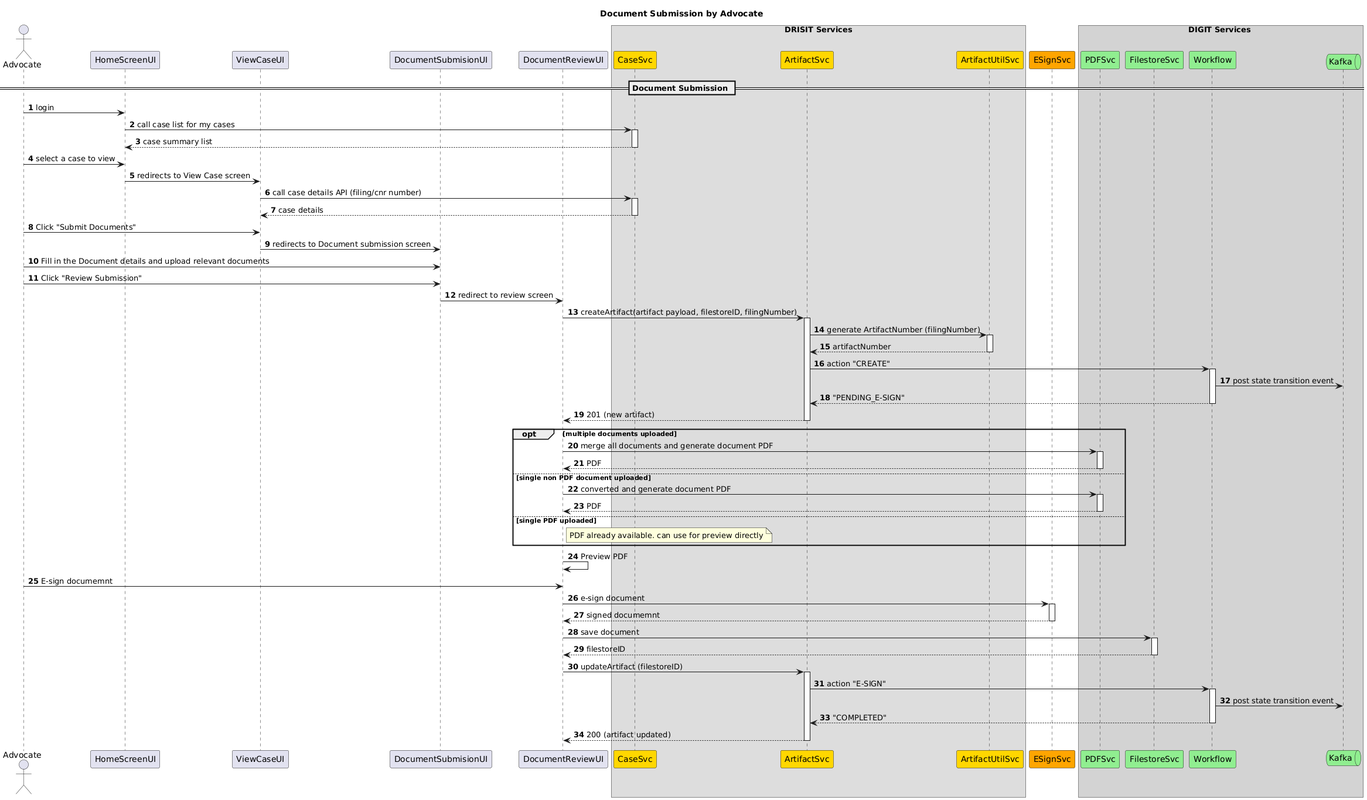
The PlantUML diagram docs/UI_Sequence_Diagrams/DocumentSubmission/Diagrams/Advocate_Document_Submission.png in pucardotorg/dristi, before a commit.
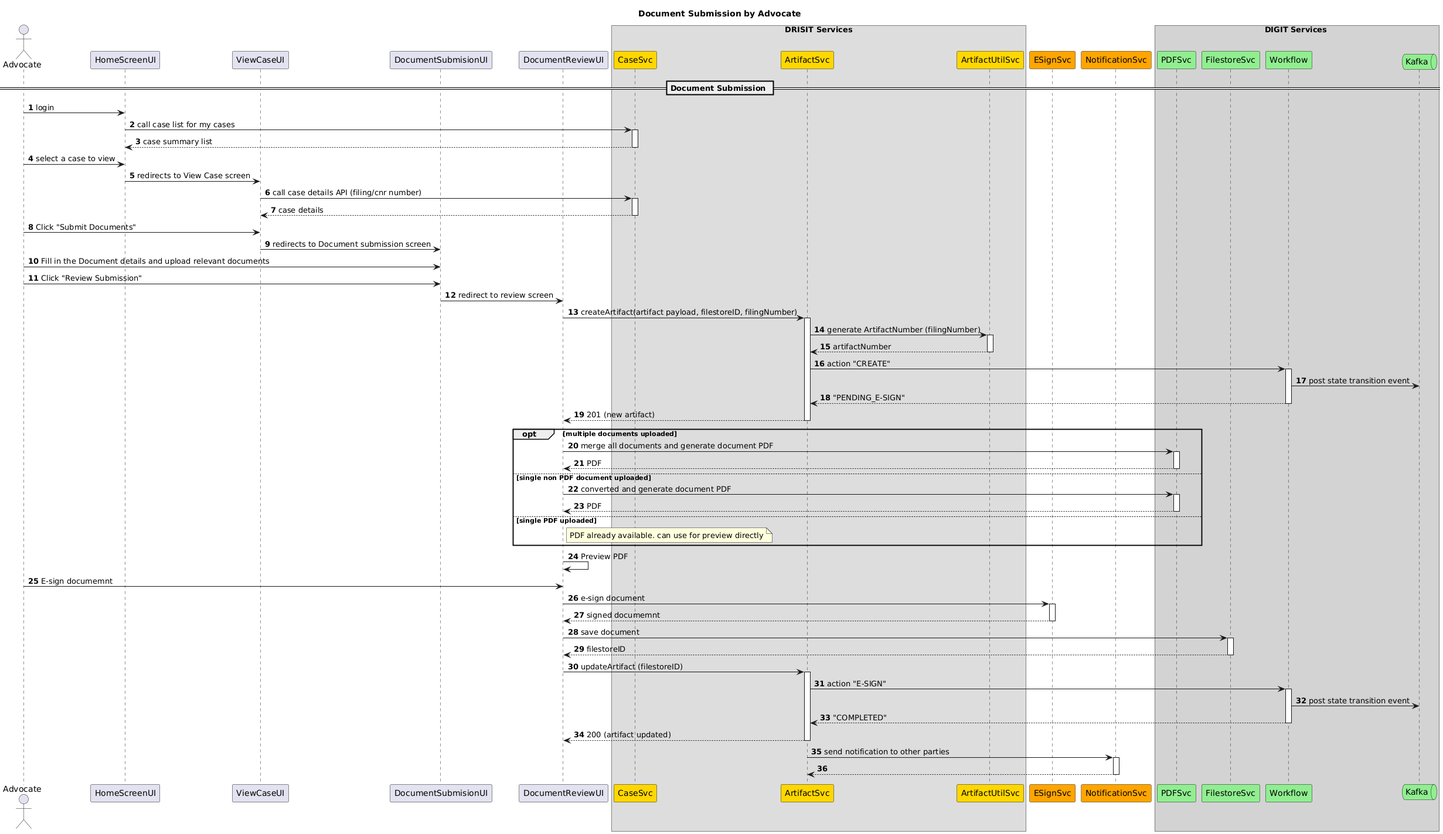
Above is the later version.

Commit message:
voluntary document submission updated for notification flow

Change to the diagram source:
```diff
@@ -11,7 +11,6 @@
 participant DocumentSubmisionUI as DU
 participant DocumentReviewUI as DRU
 
-
 box DRISIT Services
 participant CaseSvc as CS #gold
 participant ArtifactSvc as ARS #gold
@@ -19,6 +18,7 @@
 end box
 
 participant ESignSvc as ES #orange
+participant NotificationSvc as NS #orange
 
 box DIGIT Services #lightgray
 participant PDFSvc as PS #lightgreen
@@ -67,4 +67,6 @@
 W->K: post state transition event
 return "COMPLETED"
 return 200 (artifact updated)
+ARS->NS++: send notification to other parties
+return
 @enduml
```
